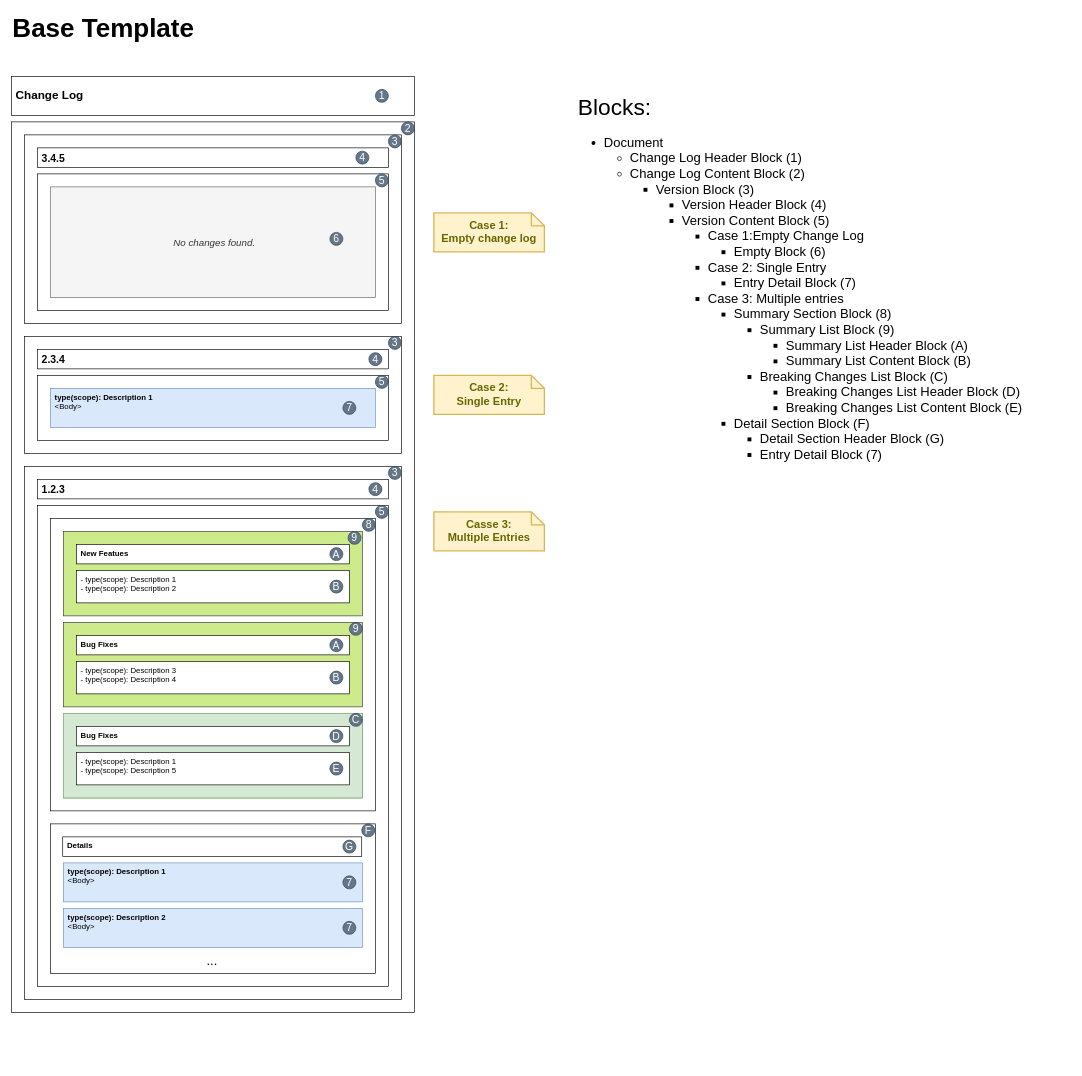
This is docs/img/template-blocks.drawio from ap0llo/changelog, a draw.io file, before an edit. Source tidied: cells renumbered, new cells numbered last; positions are measured from the earlier drawing's top-left corner, leaving out a move shared by most shapes. Both pictures are drawn from the tidied source at 65%, with x=0, y=0 at pixel (11, 11).
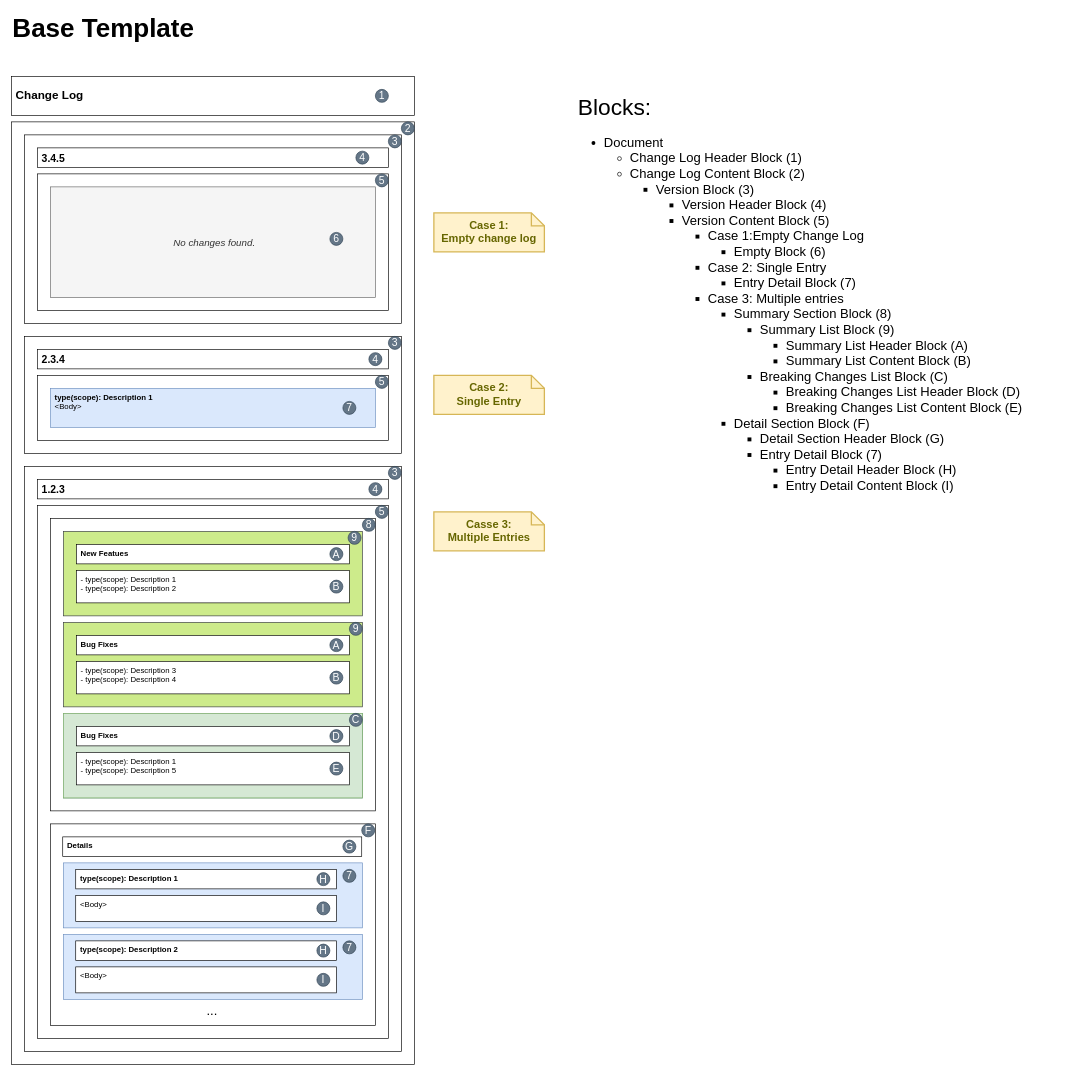
The same diagram, later.

The edit, as a diff of the source:
```diff
@@
-    <mxCell id="5" value="&lt;font style=&quot;font-size: 35px&quot;&gt;Blocks:&lt;/font&gt;&lt;br&gt;&lt;ul style=&quot;font-size: 20px&quot;&gt;&lt;li&gt;Document&lt;/li&gt;&lt;ul&gt;&lt;li&gt;Change Log Header Block (1)&lt;/li&gt;&lt;li&gt;Change Log Content Block (2)&lt;/li&gt;&lt;ul&gt;&lt;li&gt;Version Block (3)&lt;/li&gt;&lt;ul&gt;&lt;li&gt;Version Header Block (4)&lt;/li&gt;&lt;li&gt;Version Content Block (5)&lt;/li&gt;&lt;ul&gt;&lt;li&gt;Case 1:Empty Change Log&lt;/li&gt;&lt;ul&gt;&lt;li&gt;Empty Block (6)&lt;/li&gt;&lt;/ul&gt;&lt;li&gt;Case 2: Single Entry&lt;/li&gt;&lt;ul&gt;&lt;li&gt;Entry Detail Block (7)&lt;/li&gt;&lt;/ul&gt;&lt;li&gt;Case 3: Multiple entries&lt;/li&gt;&lt;ul&gt;&lt;li&gt;Summary Section Block (8)&lt;/li&gt;&lt;ul&gt;&lt;li&gt;Summary List Block (9)&lt;/li&gt;&lt;ul&gt;&lt;li&gt;Summary List Header Block (A)&lt;/li&gt;&lt;li&gt;Summary List Content Block (B)&lt;/li&gt;&lt;/ul&gt;&lt;li&gt;Breaking Changes List Block (C)&lt;/li&gt;&lt;ul&gt;&lt;li&gt;Breaking Changes List Header Block (D)&lt;/li&gt;&lt;li&gt;Breaking Changes List Content Block (E)&lt;/li&gt;&lt;/ul&gt;&lt;/ul&gt;&lt;li&gt;Detail Section Block (F)&lt;/li&gt;&lt;ul&gt;&lt;li&gt;Detail Section Header Block (G)&lt;/li&gt;&lt;li&gt;Entry Detail Block (7)&lt;/li&gt;&lt;/ul&gt;&lt;/ul&gt;&lt;/ul&gt;&lt;/ul&gt;&lt;/ul&gt;&lt;/ul&gt;&lt;/ul&gt;" style="text;html=1;strokeColor=none;fillColor=none;align=left;verticalAlign=top;whiteSpace=wrap;rounded=0;fontSize=40;" parent="1" vertex="1">
+    <mxCell id="5" value="&lt;font style=&quot;font-size: 35px&quot;&gt;Blocks:&lt;/font&gt;&lt;br&gt;&lt;ul style=&quot;font-size: 20px&quot;&gt;&lt;li&gt;Document&lt;/li&gt;&lt;ul&gt;&lt;li&gt;Change Log Header Block (1)&lt;/li&gt;&lt;li&gt;Change Log Content Block (2)&lt;/li&gt;&lt;ul&gt;&lt;li&gt;Version Block (3)&lt;/li&gt;&lt;ul&gt;&lt;li&gt;Version Header Block (4)&lt;/li&gt;&lt;li&gt;Version Content Block (5)&lt;/li&gt;&lt;ul&gt;&lt;li&gt;Case 1:Empty Change Log&lt;/li&gt;&lt;ul&gt;&lt;li&gt;Empty Block (6)&lt;/li&gt;&lt;/ul&gt;&lt;li&gt;Case 2: Single Entry&lt;/li&gt;&lt;ul&gt;&lt;li&gt;Entry Detail Block (7)&lt;/li&gt;&lt;/ul&gt;&lt;li&gt;Case 3: Multiple entries&lt;/li&gt;&lt;ul&gt;&lt;li&gt;Summary Section Block (8)&lt;/li&gt;&lt;ul&gt;&lt;li&gt;Summary List Block (9)&lt;/li&gt;&lt;ul&gt;&lt;li&gt;Summary List Header Block (A)&lt;/li&gt;&lt;li&gt;Summary List Content Block (B)&lt;/li&gt;&lt;/ul&gt;&lt;li&gt;Breaking Changes List Block (C)&lt;/li&gt;&lt;ul&gt;&lt;li&gt;Breaking Changes List Header Block (D)&lt;/li&gt;&lt;li&gt;Breaking Changes List Content Block (E)&lt;/li&gt;&lt;/ul&gt;&lt;/ul&gt;&lt;li&gt;Detail Section Block (F)&lt;/li&gt;&lt;ul&gt;&lt;li&gt;Detail Section Header Block (G)&lt;/li&gt;&lt;li&gt;Entry Detail Block (7)&lt;/li&gt;&lt;ul&gt;&lt;li&gt;Entry Detail Header Block (H)&lt;/li&gt;&lt;li&gt;Entry Detail Content Block (I)&lt;/li&gt;&lt;/ul&gt;&lt;/ul&gt;&lt;/ul&gt;&lt;/ul&gt;&lt;/ul&gt;&lt;/ul&gt;&lt;/ul&gt;&lt;/ul&gt;" style="text;html=1;strokeColor=none;fillColor=none;align=left;verticalAlign=top;whiteSpace=wrap;rounded=0;fontSize=40;" parent="1" vertex="1">
       <mxGeometry x="870" y="115" width="760" height="630" as="geometry" />
     </mxCell>
     <mxCell id="6" style="rounded=0;whiteSpace=wrap;html=1;fontSize=15;align=center;" parent="1" vertex="1">
-      <mxGeometry y="170" width="620" height="1370" as="geometry" />
+      <mxGeometry y="170" width="620" height="1450" as="geometry" />
     </mxCell>
@@
     <mxCell id="27" style="rounded=0;whiteSpace=wrap;html=1;fontSize=16;align=left;" parent="1" vertex="1">
-      <mxGeometry x="20" y="700" width="580" height="820" as="geometry" />
+      <mxGeometry x="20" y="700" width="580" height="900" as="geometry" />
     </mxCell>
     <mxCell id="28" style="whiteSpace=wrap;html=1;align=left;" parent="1" vertex="1">
-      <mxGeometry x="40" y="760" width="540" height="740" as="geometry" />
+      <mxGeometry x="40" y="760" width="540" height="820" as="geometry" />
     </mxCell>
@@
     <mxCell id="57" style="rounded=0;whiteSpace=wrap;html=1;align=left;verticalAlign=top;spacingLeft=5;fontStyle=1;" parent="1" vertex="1">
-      <mxGeometry x="60" y="1250" width="500" height="230" as="geometry" />
+      <mxGeometry x="60" y="1250" width="500" height="310" as="geometry" />
     </mxCell>
-    <mxCell id="58" value="&lt;b&gt;type(scope): Description 1&lt;/b&gt;&lt;br&gt;&amp;lt;Body&amp;gt;" style="rounded=0;whiteSpace=wrap;html=1;align=left;verticalAlign=top;spacingLeft=5;fillColor=#dae8fc;strokeColor=#6c8ebf;" parent="1" vertex="1">
-      <mxGeometry x="80" y="1310" width="460" height="60" as="geometry" />
+    <mxCell id="58" style="rounded=0;whiteSpace=wrap;html=1;align=left;verticalAlign=top;spacingLeft=5;fillColor=#dae8fc;strokeColor=#6c8ebf;" parent="1" vertex="1">
+      <mxGeometry x="80" y="1310" width="460" height="100" as="geometry" />
     </mxCell>
-    <mxCell id="59" value="&lt;b&gt;type(scope): Description 2&lt;/b&gt;&lt;br&gt;&amp;lt;Body&amp;gt;" style="rounded=0;whiteSpace=wrap;html=1;align=left;verticalAlign=top;spacingLeft=5;fillColor=#dae8fc;strokeColor=#6c8ebf;" parent="1" vertex="1">
-      <mxGeometry x="80" y="1380" width="460" height="60" as="geometry" />
+    <mxCell id="59" style="rounded=0;whiteSpace=wrap;html=1;align=left;verticalAlign=top;spacingLeft=5;fillColor=#dae8fc;strokeColor=#6c8ebf;" parent="1" vertex="1">
+      <mxGeometry x="80" y="1420" width="460" height="100" as="geometry" />
     </mxCell>
     <mxCell id="60" value="..." style="text;html=1;strokeColor=none;fillColor=none;align=center;verticalAlign=middle;whiteSpace=wrap;rounded=0;fontSize=20;" parent="1" vertex="1">
-      <mxGeometry x="289" y="1449.1" width="40" height="20" as="geometry" />
+      <mxGeometry x="289" y="1526.1" width="40" height="20" as="geometry" />
     </mxCell>
@@
     <mxCell id="67" value="7" style="ellipse;whiteSpace=wrap;html=1;fillColor=#647687;fontSize=16;align=center;strokeColor=#314354;fontColor=#ffffff;" parent="1" vertex="1">
-      <mxGeometry x="510" y="1330" width="20" height="20" as="geometry" />
+      <mxGeometry x="510" y="1320" width="20" height="20" as="geometry" />
     </mxCell>
@@
     <mxCell id="70" value="7" style="ellipse;whiteSpace=wrap;html=1;fillColor=#647687;fontSize=16;align=center;strokeColor=#314354;fontColor=#ffffff;" parent="1" vertex="1">
-      <mxGeometry x="510" y="1400" width="20" height="20" as="geometry" />
+      <mxGeometry x="510" y="1430" width="20" height="20" as="geometry" />
     </mxCell>
@@
+    <mxCell id="72" value="&lt;b&gt;type(scope): Description 1&lt;/b&gt;" style="rounded=0;whiteSpace=wrap;html=1;align=left;verticalAlign=top;spacingLeft=5;" parent="1" vertex="1">
+      <mxGeometry x="99" y="1320" width="401" height="30" as="geometry" />
+    </mxCell>
+    <mxCell id="73" value="&amp;lt;Body&amp;gt;" style="rounded=0;whiteSpace=wrap;html=1;align=left;verticalAlign=top;spacingLeft=5;" parent="1" vertex="1">
+      <mxGeometry x="99" y="1360" width="401" height="40" as="geometry" />
+    </mxCell>
+    <mxCell id="74" value="&lt;b&gt;type(scope): Description 2&lt;/b&gt;" style="rounded=0;whiteSpace=wrap;html=1;align=left;verticalAlign=top;spacingLeft=5;" parent="1" vertex="1">
+      <mxGeometry x="99" y="1430" width="401" height="30" as="geometry" />
+    </mxCell>
+    <mxCell id="75" value="&amp;lt;Body&amp;gt;" style="rounded=0;whiteSpace=wrap;html=1;align=left;verticalAlign=top;spacingLeft=5;" parent="1" vertex="1">
+      <mxGeometry x="99" y="1470" width="401" height="40" as="geometry" />
+    </mxCell>
+    <mxCell id="76" value="H" style="ellipse;whiteSpace=wrap;html=1;fillColor=#647687;fontSize=16;align=center;strokeColor=#314354;fontColor=#ffffff;" parent="1" vertex="1">
+      <mxGeometry x="470" y="1325" width="20" height="20" as="geometry" />
+    </mxCell>
+    <mxCell id="77" value="H" style="ellipse;whiteSpace=wrap;html=1;fillColor=#647687;fontSize=16;align=center;strokeColor=#314354;fontColor=#ffffff;" parent="1" vertex="1">
+      <mxGeometry x="470" y="1435" width="20" height="20" as="geometry" />
+    </mxCell>
+    <mxCell id="78" value="I" style="ellipse;whiteSpace=wrap;html=1;fillColor=#647687;fontSize=16;align=center;strokeColor=#314354;fontColor=#ffffff;" parent="1" vertex="1">
+      <mxGeometry x="470" y="1370" width="20" height="20" as="geometry" />
+    </mxCell>
+    <mxCell id="79" value="I" style="ellipse;whiteSpace=wrap;html=1;fillColor=#647687;fontSize=16;align=center;strokeColor=#314354;fontColor=#ffffff;" parent="1" vertex="1">
+      <mxGeometry x="470" y="1480" width="20" height="20" as="geometry" />
+    </mxCell>
```
